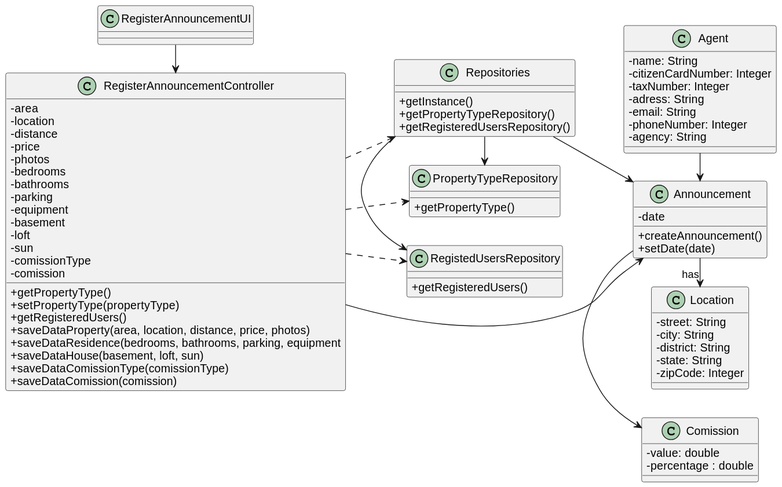
This is docs/sprintD/us002/03.design/svg/us002-class-diagram.svg from 1220812/LAPR2, a PlantUML export, as it was before one commit. The source it was exported from:
```plantuml
@startuml
skinparam packageStyle rectangle
skinparam shadowing false
skinparam linetype polyline
skinparam linetype orto

skinparam classAttributeIconSize 0

left to right direction

class RegisterAnnouncementUI

class RegisterAnnouncementController
{
    -area
    -location
    -distance
    -price
    -photos
    -bedrooms
    -bathrooms
    -parking
    -equipment
    -basement
    -loft
    -sun
    -comissionType
    -comission
    +getPropertyType()
    +setPropertyType(propertyType)
    +getRegisteredUsers()
    +saveDataProperty(area, location, distance, price, photos)
    +saveDataResidence(bedrooms, bathrooms, parking, equipment
    +saveDataHouse(basement, loft, sun)
    +saveDataComissionType(comissionType)
    +saveDataComission(comission)
}

class Repositories
{
    +getInstance()
    +getPropertyTypeRepository()
    +getRegisteredUsersRepository()
}

class PropertyTypeRepository
{
    +getPropertyType()
}

class RegistedUsersRepository
{
    +getRegisteredUsers()
}

class Announcement
{
    -date
    +createAnnouncement()
    +setDate(date)
}

class Comission
{
    -value: double
    -percentage : double
}

class Agent
{
    -name: String
    -citizenCardNumber: Integer
    -taxNumber: Integer
    -adress: String
    -email: String
    -phoneNumber: Integer
    -agency: String
}

Class Location
{
    -street: String
    -city: String
    -district: String
    -state: String
    -zipCode: Integer
}



RegisterAnnouncementUI -> RegisterAnnouncementController
RegisterAnnouncementController .> Repositories
Repositories -> Announcement
Repositories -> RegistedUsersRepository
Repositories -> PropertyTypeRepository
RegisterAnnouncementController ---> Announcement
RegisterAnnouncementController ..> RegistedUsersRepository
RegisterAnnouncementController ..> PropertyTypeRepository
Agent -> Announcement
Announcement -> Comission
Announcement -> "has" Location
@enduml
```
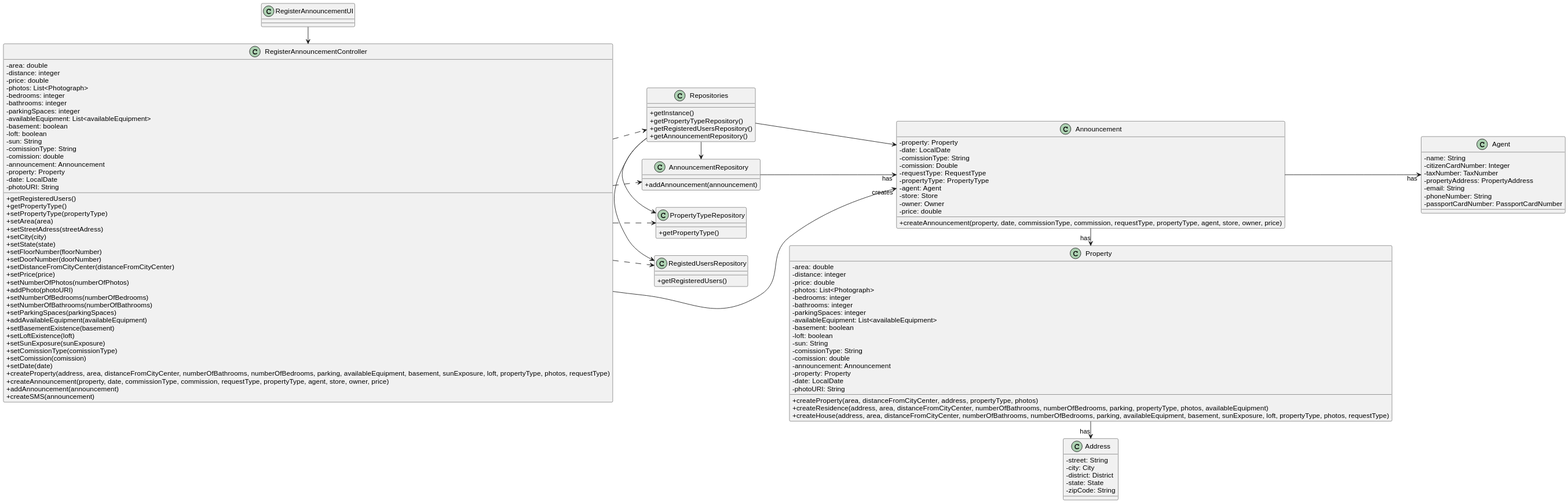
Above is the later version.

Diff of the diagram source:
```diff
@@ -12,28 +12,50 @@
 
 class RegisterAnnouncementController
 {
-    -area
-    -location
-    -distance
-    -price
-    -photos
-    -bedrooms
-    -bathrooms
-    -parking
-    -equipment
-    -basement
-    -loft
-    -sun
-    -comissionType
-    -comission
+    -area: double
+    -distance: integer
+    -price: double
+    -photos: List<Photograph>
+    -bedrooms: integer
+    -bathrooms: integer
+    -parkingSpaces: integer
+    -availableEquipment: List<availableEquipment>
+    -basement: boolean
+    -loft: boolean
+    -sun: String
+    -comissionType: String
+    -comission: double
+    -announcement: Announcement
+    -property: Property
+    -date: LocalDate
+    -photoURI: String
+    +getRegisteredUsers()
     +getPropertyType()
     +setPropertyType(propertyType)
-    +getRegisteredUsers()
-    +saveDataProperty(area, location, distance, price, photos)
-    +saveDataResidence(bedrooms, bathrooms, parking, equipment
-    +saveDataHouse(basement, loft, sun)
-    +saveDataComissionType(comissionType)
-    +saveDataComission(comission)
+    +setArea(area)
+    +setStreetAdress(streetAdress)
+    +setCity(city)
+    +setState(state)
+    +setFloorNumber(floorNumber)
+    +setDoorNumber(doorNumber)
+    +setDistanceFromCityCenter(distanceFromCityCenter)
+    +setPrice(price)
+    +setNumberOfPhotos(numberOfPhotos)
+    +addPhoto(photoURI)
+    +setNumberOfBedrooms(numberOfBedrooms)
+    +setNumberOfBathrooms(numberOfBathrooms)
+    +setParkingSpaces(parkingSpaces)
+    +addAvailableEquipment(availableEquipment)
+    +setBasementExistence(basement)
+    +setLoftExistence(loft)
+    +setSunExposure(sunExposure)
+    +setComissionType(comissionType)
+    +setComission(comission)
+    +setDate(date)
+    +createProperty(address, area, distanceFromCityCenter, numberOfBathrooms, numberOfBedrooms, parking, availableEquipment, basement, sunExposure, loft, propertyType, photos, requestType)
+    +createAnnouncement(property, date, commissionType, commission, requestType, propertyType, agent, store, owner, price)
+    +addAnnouncement(announcement)
+    +createSMS(announcement)
 }
 
 class Repositories
@@ -41,6 +63,7 @@
     +getInstance()
     +getPropertyTypeRepository()
     +getRegisteredUsersRepository()
+    +getAnnouncementRepository()
 }
 
 class PropertyTypeRepository
@@ -55,35 +78,67 @@
 
 class Announcement
 {
-    -date
-    +createAnnouncement()
-    +setDate(date)
-}
-
-class Comission
-{
-    -value: double
-    -percentage : double
+    -property: Property
+    -date: LocalDate
+    -comissionType: String
+    -comission: Double
+    -requestType: RequestType
+    -propertyType: PropertyType
+    -agent: Agent
+    -store: Store
+    -owner: Owner
+    -price: double
+    +createAnnouncement(property, date, commissionType, commission, requestType, propertyType, agent, store, owner, price)
 }
 
 class Agent
 {
     -name: String
     -citizenCardNumber: Integer
-    -taxNumber: Integer
-    -adress: String
+    -taxNumber: TaxNumber
+    -propertyAddress: PropertyAddress
     -email: String
-    -phoneNumber: Integer
-    -agency: String
+    -phoneNumber: String
+    -passportCardNumber: PassportCardNumber
 }
 
-Class Location
+Class Address
 {
     -street: String
-    -city: String
-    -district: String
-    -state: String
-    -zipCode: Integer
+    -city: City
+    -district: District
+    -state: State
+    -zipCode: String
+}
+
+class AnnouncementRepository
+{
+    +addAnnouncement(announcement)
+}
+
+class Property
+{
+    -area: double
+    -distance: integer
+    -price: double
+    -photos: List<Photograph>
+    -bedrooms: integer
+    -bathrooms: integer
+    -parkingSpaces: integer
+    -availableEquipment: List<availableEquipment>
+    -basement: boolean
+    -loft: boolean
+    -sun: String
+    -comissionType: String
+    -comission: double
+    -announcement: Announcement
+    -property: Property
+    -date: LocalDate
+    -photoURI: String
+    +createProperty(area, distanceFromCityCenter, address, propertyType, photos)
+    +createResidence(address, area, distanceFromCityCenter, numberOfBathrooms, numberOfBedrooms, parking, propertyType, photos, availableEquipment)
+    +createHouse(address, area, distanceFromCityCenter, numberOfBathrooms, numberOfBedrooms, parking, availableEquipment, basement, sunExposure, loft, propertyType, photos, requestType)
+
 }
 
 
@@ -93,10 +148,13 @@
 Repositories -> Announcement
 Repositories -> RegistedUsersRepository
 Repositories -> PropertyTypeRepository
-RegisterAnnouncementController ---> Announcement
+Repositories -> AnnouncementRepository
+RegisterAnnouncementController ---> "creates" Announcement
 RegisterAnnouncementController ..> RegistedUsersRepository
 RegisterAnnouncementController ..> PropertyTypeRepository
-Agent -> Announcement
-Announcement -> Comission
-Announcement -> "has" Location
+RegisterAnnouncementController ..> AnnouncementRepository
+AnnouncementRepository -> "has" Announcement
+Announcement -> "has" Property
+Property -> "has" Address
+Announcement --> "has" Agent
 @enduml
```
